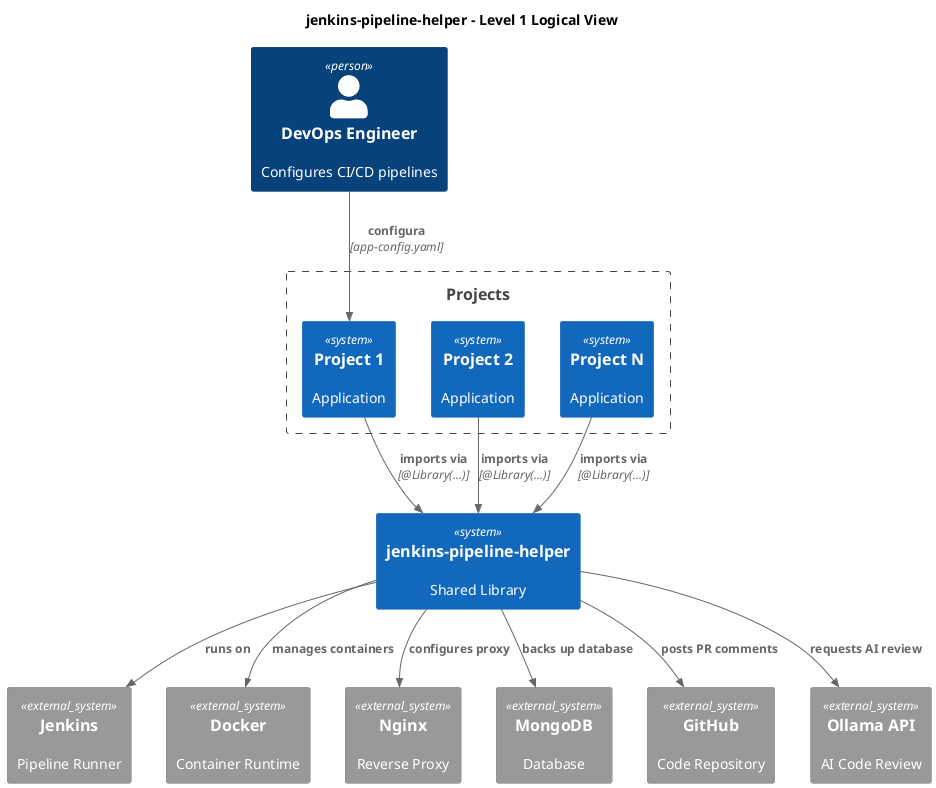
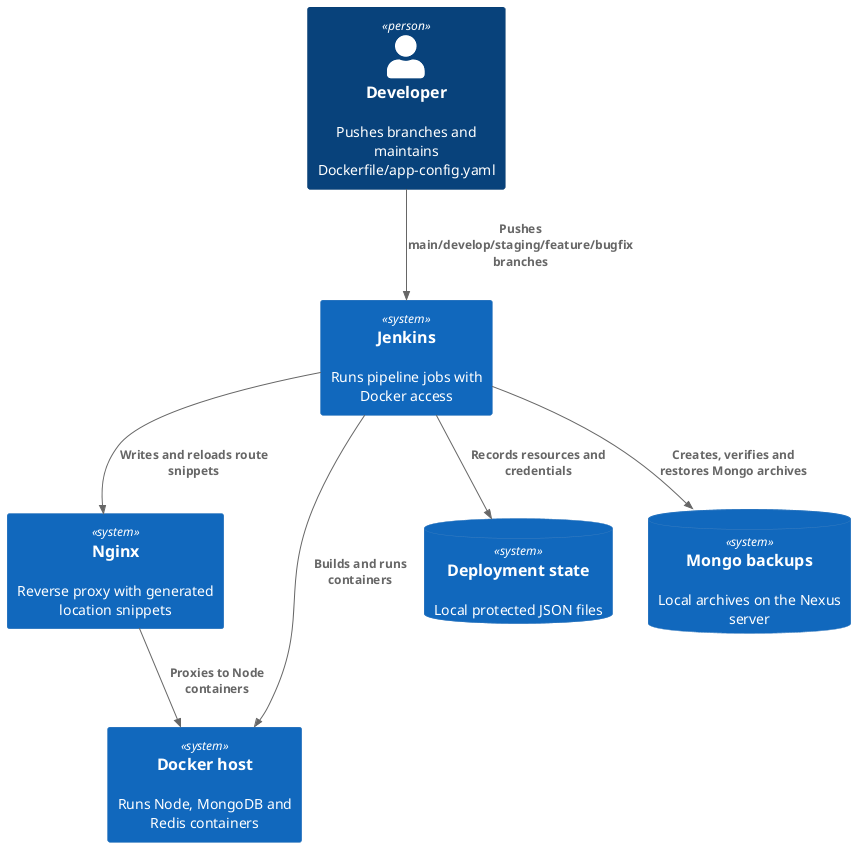
@startuml
!include <C4/C4_Context>

- title jenkins-pipeline-helper - Level 1 Logical View
+ Person(dev, "Developer", "Pushes branches and maintains Dockerfile/app-config.yaml")
+ System(jenkins, "Jenkins", "Runs pipeline jobs with Docker access")
+ System(nginx, "Nginx", "Reverse proxy with generated location snippets")
+ System(docker, "Docker host", "Runs Node, MongoDB and Redis containers")
+ SystemDb(state, "Deployment state", "Local protected JSON files")
+ SystemDb(backups, "Mongo backups", "Local archives on the Nexus server")

- Person(dev, "DevOps Engineer", "Configures CI/CD pipelines")
- 
- Boundary(projects, "Projects") {
-     System(proj1, "Project 1", "Application")
-     System(proj2, "Project 2", "Application")
-     System(projN, "Project N", "Application")
- }
- 
- 
- System(lib, "jenkins-pipeline-helper", "Shared Library")
- 
- System_Ext(jenkins, "Jenkins", "Pipeline Runner")
- System_Ext(docker, "Docker", "Container Runtime")
- System_Ext(nginx, "Nginx", "Reverse Proxy")
- System_Ext(mongodb, "MongoDB", "Database")
- System_Ext(github, "GitHub", "Code Repository")
- System_Ext(ollama, "Ollama API", "AI Code Review")
- 
- Rel(dev, proj1, "configura", "app-config.yaml")
- Rel(proj1, lib, "imports via", "@Library(...)")
- Rel(proj2, lib, "imports via", "@Library(...)")
- Rel(projN, lib, "imports via", "@Library(...)")
- 
- Rel(lib, jenkins, "runs on")
- Rel(lib, docker, "manages containers")
- Rel(lib, nginx, "configures proxy")
- Rel(lib, mongodb, "backs up database")
- Rel(lib, github, "posts PR comments")
- Rel(lib, ollama, "requests AI review")
- 
- @enduml+ Rel(dev, jenkins, "Pushes main/develop/staging/feature/bugfix branches")
+ Rel(jenkins, docker, "Builds and runs containers")
+ Rel(jenkins, state, "Records resources and credentials")
+ Rel(jenkins, backups, "Creates, verifies and restores Mongo archives")
+ Rel(jenkins, nginx, "Writes and reloads route snippets")
+ Rel(nginx, docker, "Proxies to Node containers")
+ @enduml
